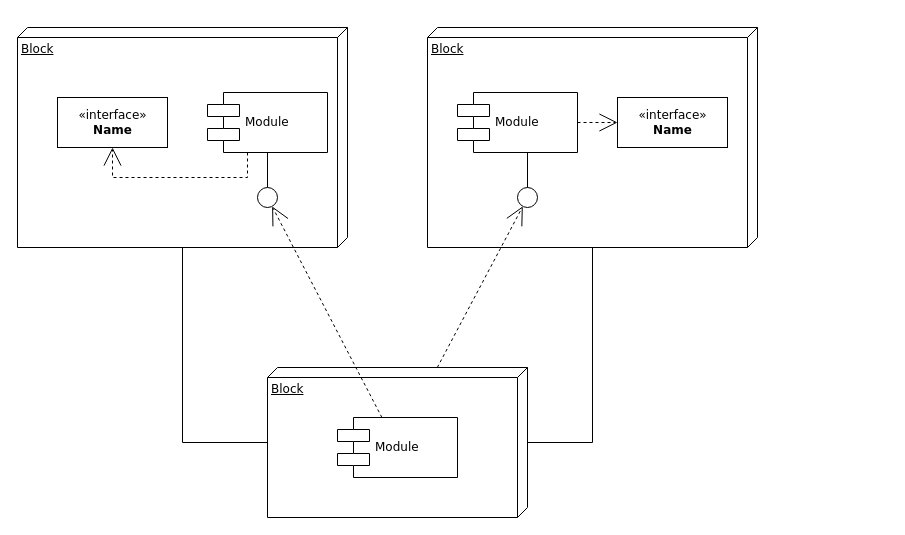
gerkirill/diagrams keeps this draw.io diagram as Untitled Diagram.drawio. Above is the earlier version. Source tidied: cells renumbered, new cells numbered last; positions are measured from the earlier drawing's top-left corner, leaving out a move shared by most shapes. Both pictures are drawn from the tidied source at 100%, with x=0, y=0 at pixel (17, 27).
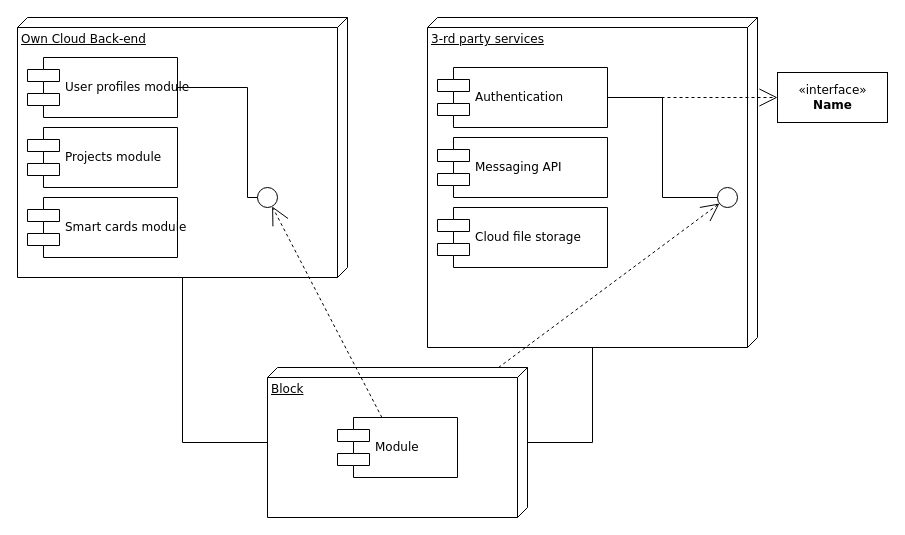
Above is the later version.

The change refers to these unchanged cells:
```xml
<mxCell id="7" style="ellipse;whiteSpace=wrap;html=1;rounded=0;shadow=0;comic=0;labelBackgroundColor=none;strokeWidth=1;fontFamily=Verdana;fontSize=12;align=center;" parent="1" vertex="1">
  <mxGeometry x="240" y="160" width="20" height="20" as="geometry" />
</mxCell>
```

Diff of the diagram source:
```diff
@@
-    <mxCell id="2" value="Block" style="verticalAlign=top;align=left;spacingTop=8;spacingLeft=2;spacingRight=12;shape=cube;size=10;direction=south;fontStyle=4;html=1;rounded=0;shadow=0;comic=0;labelBackgroundColor=none;strokeWidth=1;fontFamily=Verdana;fontSize=12;" parent="1" vertex="1">
-      <mxGeometry width="330" height="220" as="geometry" />
+    <mxCell id="2" value="Own Cloud Back-end&lt;br&gt;" style="verticalAlign=top;align=left;spacingTop=8;spacingLeft=2;spacingRight=12;shape=cube;size=10;direction=south;fontStyle=4;html=1;rounded=0;shadow=0;comic=0;labelBackgroundColor=none;strokeWidth=1;fontFamily=Verdana;fontSize=12;" parent="1" vertex="1">
+      <mxGeometry y="-10" width="330" height="260" as="geometry" />
     </mxCell>
-    <mxCell id="3" value="Block" style="verticalAlign=top;align=left;spacingTop=8;spacingLeft=2;spacingRight=12;shape=cube;size=10;direction=south;fontStyle=4;html=1;rounded=0;shadow=0;comic=0;labelBackgroundColor=none;strokeWidth=1;fontFamily=Verdana;fontSize=12;" parent="1" vertex="1">
-      <mxGeometry x="410" width="330" height="220" as="geometry" />
+    <mxCell id="3" value="3-rd party services" style="verticalAlign=top;align=left;spacingTop=8;spacingLeft=2;spacingRight=12;shape=cube;size=10;direction=south;fontStyle=4;html=1;rounded=0;shadow=0;comic=0;labelBackgroundColor=none;strokeWidth=1;fontFamily=Verdana;fontSize=12;" parent="1" vertex="1">
+      <mxGeometry x="410" y="-10" width="330" height="330" as="geometry" />
     </mxCell>
@@
-    <mxCell id="5" value="&amp;laquo;interface&amp;raquo;&lt;br&gt;&lt;b&gt;Name&lt;/b&gt;" style="html=1;rounded=0;shadow=0;comic=0;labelBackgroundColor=none;strokeWidth=1;fontFamily=Verdana;fontSize=12;align=center;" parent="1" vertex="1">
-      <mxGeometry x="40" y="70" width="110" height="50" as="geometry" />
-    </mxCell>
-    <mxCell id="6" value="Module" style="shape=component;align=left;spacingLeft=36;rounded=0;shadow=0;comic=0;labelBackgroundColor=none;strokeWidth=1;fontFamily=Verdana;fontSize=12;html=1;" parent="1" vertex="1">
-      <mxGeometry x="190" y="65" width="120" height="60" as="geometry" />
+    <mxCell id="6" value="User profiles module" style="shape=component;align=left;spacingLeft=36;rounded=0;shadow=0;comic=0;labelBackgroundColor=none;strokeWidth=1;fontFamily=Verdana;fontSize=12;html=1;" parent="1" vertex="1">
+      <mxGeometry x="10" y="30" width="150" height="60" as="geometry" />
     </mxCell>
@@
-    <mxCell id="8" value="Module" style="shape=component;align=left;spacingLeft=36;rounded=0;shadow=0;comic=0;labelBackgroundColor=none;strokeWidth=1;fontFamily=Verdana;fontSize=12;html=1;" parent="1" vertex="1">
-      <mxGeometry x="440" y="65" width="120" height="60" as="geometry" />
+    <mxCell id="8" value="Authentication" style="shape=component;align=left;spacingLeft=36;rounded=0;shadow=0;comic=0;labelBackgroundColor=none;strokeWidth=1;fontFamily=Verdana;fontSize=12;html=1;" parent="1" vertex="1">
+      <mxGeometry x="420" y="40" width="170" height="60" as="geometry" />
     </mxCell>
     <mxCell id="9" value="&amp;laquo;interface&amp;raquo;&lt;br&gt;&lt;b&gt;Name&lt;/b&gt;" style="html=1;rounded=0;shadow=0;comic=0;labelBackgroundColor=none;strokeWidth=1;fontFamily=Verdana;fontSize=12;align=center;" parent="1" vertex="1">
-      <mxGeometry x="600" y="70" width="110" height="50" as="geometry" />
+      <mxGeometry x="760" y="45" width="110" height="50" as="geometry" />
     </mxCell>
     <mxCell id="10" style="ellipse;whiteSpace=wrap;html=1;rounded=0;shadow=0;comic=0;labelBackgroundColor=none;strokeWidth=1;fontFamily=Verdana;fontSize=12;align=center;" parent="1" vertex="1">
-      <mxGeometry x="500" y="160" width="20" height="20" as="geometry" />
+      <mxGeometry x="700" y="160" width="20" height="20" as="geometry" />
     </mxCell>
@@
     <mxCell id="15" style="edgeStyle=elbowEdgeStyle;rounded=0;html=1;labelBackgroundColor=none;startArrow=none;startFill=0;startSize=8;endArrow=none;endFill=0;endSize=16;fontFamily=Verdana;fontSize=12;" parent="1" edge="1" source="7" target="6">
-      <mxGeometry relative="1" as="geometry" />
+      <mxGeometry relative="1" as="geometry">
+        <Array as="points">
+          <mxPoint x="230" y="60" />
+        </Array>
+      </mxGeometry>
     </mxCell>
-    <mxCell id="16" style="edgeStyle=orthogonalEdgeStyle;rounded=0;html=1;labelBackgroundColor=none;startArrow=none;startFill=0;startSize=8;endArrow=open;endFill=0;endSize=16;fontFamily=Verdana;fontSize=12;dashed=1;" parent="1" edge="1" source="6" target="5">
-      <mxGeometry relative="1" as="geometry">
-        <Array as="points">
-          <mxPoint x="230" y="150" />
-          <mxPoint x="95" y="150" />
-        </Array>
-      </mxGeometry>
-    </mxCell>
@@
+    <mxCell id="20" value="Projects&amp;nbsp;module" style="shape=component;align=left;spacingLeft=36;rounded=0;shadow=0;comic=0;labelBackgroundColor=none;strokeWidth=1;fontFamily=Verdana;fontSize=12;html=1;" parent="1" vertex="1">
+      <mxGeometry x="10" y="100" width="150" height="60" as="geometry" />
+    </mxCell>
+    <mxCell id="21" value="Smart cards module" style="shape=component;align=left;spacingLeft=36;rounded=0;shadow=0;comic=0;labelBackgroundColor=none;strokeWidth=1;fontFamily=Verdana;fontSize=12;html=1;" parent="1" vertex="1">
+      <mxGeometry x="10" y="170" width="150" height="60" as="geometry" />
+    </mxCell>
+    <mxCell id="22" value="Messaging API" style="shape=component;align=left;spacingLeft=36;rounded=0;shadow=0;comic=0;labelBackgroundColor=none;strokeWidth=1;fontFamily=Verdana;fontSize=12;html=1;" parent="1" vertex="1">
+      <mxGeometry x="420" y="110" width="170" height="60" as="geometry" />
+    </mxCell>
+    <mxCell id="23" value="Cloud file storage" style="shape=component;align=left;spacingLeft=36;rounded=0;shadow=0;comic=0;labelBackgroundColor=none;strokeWidth=1;fontFamily=Verdana;fontSize=12;html=1;" parent="1" vertex="1">
+      <mxGeometry x="420" y="180" width="170" height="60" as="geometry" />
+    </mxCell>
```
